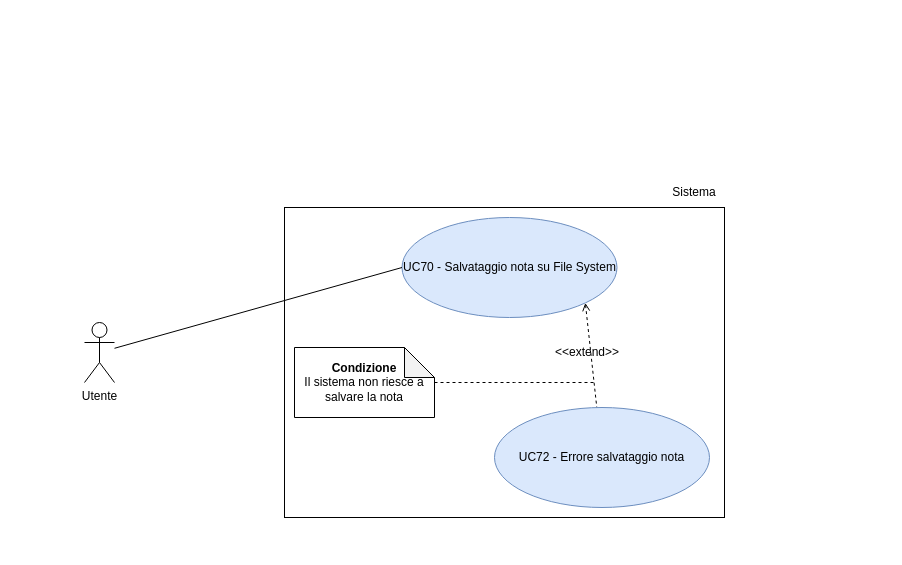
Before: RTB/doc_esterna/analisi-dei-requisiti/assets/draw.io/UC70.drawio in thebitless-group-swe/thebitless.github.io, a draw.io diagram. Source tidied: cells renumbered, new cells numbered last; positions are measured from the earlier drawing's top-left corner, leaving out a move shared by most shapes. Both pictures are drawn from the tidied source at 100%, with x=0, y=0 at pixel (84, 177).
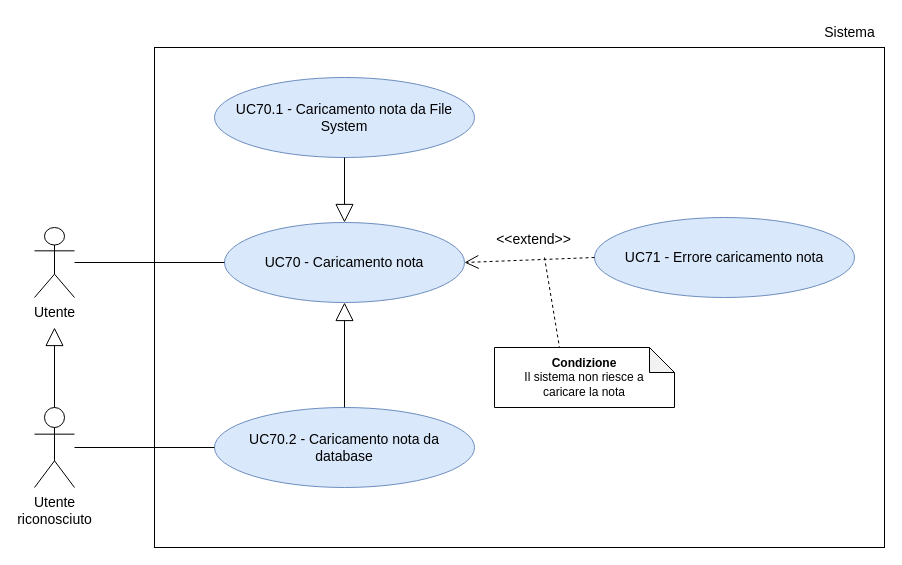
Above is the later version.

The edit, as a diff of the source:
```diff
@@
 <mxGraphModel>
   <root>
     <mxCell id="0" />
     <mxCell id="1" parent="0" />
-    <mxCell id="2" style="rounded=0;whiteSpace=wrap;html=1;" parent="1" vertex="1">
-      <mxGeometry x="200" y="30" width="440" height="310" as="geometry" />
-    </mxCell>
-    <mxCell id="3" style="rounded=0;jettySize=auto;html=1;exitX=1;exitY=1;exitDx=0;exitDy=0;dashed=1;startArrow=open;startFill=0;endArrow=none;endFill=0;" parent="1" edge="1" source="4" target="8">
-      <mxGeometry relative="1" as="geometry" />
-    </mxCell>
-    <mxCell id="4" value="UC70 - Salvataggio nota su File System" style="ellipse;whiteSpace=wrap;html=1;fillColor=#dae8fc;strokeColor=#6c8ebf;" parent="1" vertex="1">
-      <mxGeometry x="317.5" y="40" width="215" height="100" as="geometry" />
-    </mxCell>
-    <mxCell id="5" style="rounded=0;jettySize=auto;html=1;endArrow=none;endFill=0;entryX=0;entryY=0.5;entryDx=0;entryDy=0;" parent="1" edge="1" source="6" target="4">
-      <mxGeometry relative="1" as="geometry" />
-    </mxCell>
+    <mxCell id="7" value="Sistema" style="text;html=1;align=center;verticalAlign=middle;strokeColor=none;fillColor=none;fontSize=14;" parent="1" vertex="1">
+      <mxGeometry x="730" y="-160" width="70" height="30" as="geometry" />
+    </mxCell>
+    <mxCell id="12" style="whiteSpace=wrap;html=1;fillColor=none;strokeColor=#000000;" parent="1" vertex="1">
+      <mxGeometry x="70" y="-130" width="730" height="500" as="geometry" />
+    </mxCell>
+    <mxCell id="13" value="Utente&lt;br&gt;riconosciuto" style="shape=umlActor;verticalLabelPosition=bottom;verticalAlign=top;html=1;outlineConnect=0;fontSize=14;" parent="1" vertex="1">
+      <mxGeometry x="-50" y="230" width="40" height="80" as="geometry" />
+    </mxCell>
+    <mxCell id="14" value="UC70 - Caricamento nota" style="ellipse;whiteSpace=wrap;html=1;fillColor=#dae8fc;strokeColor=#6c8ebf;fontSize=14;" parent="1" vertex="1">
+      <mxGeometry x="140" y="45" width="240" height="80" as="geometry" />
+    </mxCell>
+    <mxCell id="15" value="UC70.1 - Caricamento nota da File&lt;br&gt;System" style="ellipse;whiteSpace=wrap;html=1;fillColor=#dae8fc;strokeColor=#6c8ebf;fontSize=14;" parent="1" vertex="1">
+      <mxGeometry x="130" y="-100" width="260" height="80" as="geometry" />
+    </mxCell>
+    <mxCell id="16" value="UC70.2 - Caricamento nota da&lt;br&gt;database" style="ellipse;whiteSpace=wrap;html=1;fillColor=#dae8fc;strokeColor=#6c8ebf;fontSize=14;" parent="1" vertex="1">
+      <mxGeometry x="130" y="230" width="260" height="80" as="geometry" />
+    </mxCell>
+    <mxCell id="17" value="&lt;div&gt;UC71 - Errore caricamento nota&lt;br&gt;&lt;/div&gt;" style="ellipse;whiteSpace=wrap;html=1;fillColor=#dae8fc;strokeColor=#6c8ebf;fontSize=14;" parent="1" vertex="1">
+      <mxGeometry x="510" y="40" width="260" height="80" as="geometry" />
+    </mxCell>
+    <mxCell id="18" style="endArrow=none;html=1;rounded=0;entryX=0;entryY=0.5;entryDx=0;entryDy=0;" parent="1" edge="1" source="6" target="14">
+      <mxGeometry relative="1" as="geometry" />
+    </mxCell>
+    <mxCell id="19" style="endArrow=block;endSize=16;endFill=0;html=1;rounded=0;exitX=0.5;exitY=1;exitDx=0;exitDy=0;entryX=0.5;entryY=0;entryDx=0;entryDy=0;" parent="1" edge="1" source="15" target="14">
+      <mxGeometry relative="1" as="geometry" />
+    </mxCell>
+    <mxCell id="20" style="endArrow=block;endSize=16;endFill=0;html=1;rounded=0;entryX=0.5;entryY=1;entryDx=0;entryDy=0;exitX=0.5;exitY=0;exitDx=0;exitDy=0;" parent="1" edge="1" source="16" target="14">
+      <mxGeometry relative="1" as="geometry" />
+    </mxCell>
+    <mxCell id="11" value="&lt;font style=&quot;font-size: 14px;&quot;&gt;&amp;lt;&amp;lt;extend&amp;gt;&amp;gt;&lt;/font&gt;" style="endArrow=open;endSize=12;dashed=1;html=1;rounded=0;exitX=0;exitY=0.5;exitDx=0;exitDy=0;entryX=1;entryY=0.5;entryDx=0;entryDy=0;" parent="1" edge="1" source="17" target="14">
+      <mxGeometry x="-0.08" y="-20" relative="1" as="geometry" />
+    </mxCell>
+    <mxCell id="21" value="&lt;b&gt;Condizione&lt;/b&gt;&lt;br&gt;Il sistema non riesce a&lt;br&gt;caricare la nota" style="shape=note;whiteSpace=wrap;html=1;backgroundOutline=1;darkOpacity=0.05;fontSize=12;align=center;size=25;" parent="1" vertex="1">
+      <mxGeometry x="410" y="170" width="180" height="60" as="geometry" />
+    </mxCell>
+    <mxCell id="22" style="endArrow=none;dashed=1;html=1;rounded=0;entryX=0;entryY=0;entryDx=65;entryDy=0;entryPerimeter=0;" parent="1" edge="1" target="21">
+      <mxGeometry relative="1" as="geometry">
+        <mxPoint x="460" y="80" as="sourcePoint" />
+      </mxGeometry>
+    </mxCell>
+    <mxCell id="23" style="endArrow=none;html=1;rounded=0;entryX=0;entryY=0.5;entryDx=0;entryDy=0;" parent="1" edge="1" source="13" target="16">
+      <mxGeometry relative="1" as="geometry" />
+    </mxCell>
+    <mxCell id="24" style="endArrow=block;endSize=16;endFill=0;html=1;rounded=0;exitX=0.5;exitY=0;exitDx=0;exitDy=0;exitPerimeter=0;" parent="1" edge="1" source="13">
+      <mxGeometry relative="1" as="geometry">
+        <mxPoint x="-30" y="150" as="targetPoint" />
+      </mxGeometry>
+    </mxCell>
-    <mxCell id="6" value="Utente" style="shape=umlActor;verticalLabelPosition=bottom;verticalAlign=top;html=1;outlineConnect=0;" parent="1" vertex="1">
-      <mxGeometry y="145" width="30" height="60" as="geometry" />
+    <mxCell id="6" value="Utente" style="shape=umlActor;verticalLabelPosition=bottom;verticalAlign=top;html=1;outlineConnect=0;fontSize=14;" parent="1" vertex="1">
+      <mxGeometry x="-50" y="50" width="40" height="70" as="geometry" />
     </mxCell>
-    <mxCell id="7" value="Sistema" style="text;html=1;whiteSpace=wrap;strokeColor=none;fillColor=none;align=center;verticalAlign=middle;rounded=0;" parent="1" vertex="1">
-      <mxGeometry x="580" width="60" height="30" as="geometry" />
-    </mxCell>
-    <mxCell id="8" value="UC72 - Errore salvataggio nota" style="ellipse;whiteSpace=wrap;html=1;fillColor=#dae8fc;strokeColor=#6c8ebf;" parent="1" vertex="1">
-      <mxGeometry x="410" y="230" width="215" height="100" as="geometry" />
-    </mxCell>
-    <mxCell id="9" style="edgeStyle=orthogonalEdgeStyle;rounded=0;jettySize=auto;html=1;endArrow=none;endFill=0;dashed=1;" parent="1" edge="1" source="10">
-      <mxGeometry relative="1" as="geometry">
-        <mxPoint x="510" y="205" as="targetPoint" />
-      </mxGeometry>
-    </mxCell>
-    <mxCell id="10" value="&lt;b&gt;Condizione&lt;/b&gt;&lt;div&gt;Il sistema non riesce a salvare la nota&lt;/div&gt;" style="shape=note;whiteSpace=wrap;html=1;backgroundOutline=1;darkOpacity=0.05;" parent="1" vertex="1">
-      <mxGeometry x="210" y="170" width="140" height="70" as="geometry" />
-    </mxCell>
-    <mxCell id="11" value="&amp;lt;&amp;lt;extend&amp;gt;&amp;gt;" style="text;html=1;whiteSpace=wrap;strokeColor=none;fillColor=none;align=center;verticalAlign=middle;rounded=0;" parent="1" vertex="1">
-      <mxGeometry x="472.5" y="160" width="60" height="30" as="geometry" />
-    </mxCell>
   </root>
 </mxGraphModel>
```
